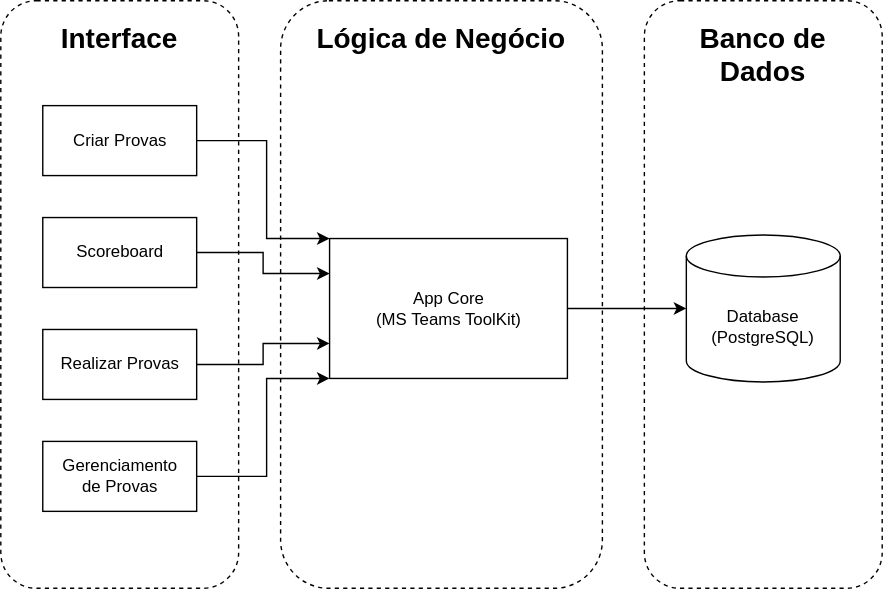
Before: res/architecture.svg, a diagram exported from draw.io (guiguitz/AvaliaERE). Source tidied: cells renumbered, new cells last; positions are measured from the earlier drawing's top-left corner, leaving out a move shared by most shapes. The source it was exported from:
```xml
<mxGraphModel>
  <root>
    <mxCell id="0" />
    <mxCell id="1" parent="0" />
    <mxCell id="2" value="&lt;b&gt;&lt;font style=&quot;font-size: 20px&quot;&gt;Interface&lt;/font&gt;&lt;/b&gt;" style="rounded=1;whiteSpace=wrap;html=1;glass=0;verticalAlign=top;spacing=10;fillColor=none;dashed=1;" parent="1" vertex="1">
      <mxGeometry width="170" height="420" as="geometry" />
    </mxCell>
    <mxCell id="3" value="&lt;b&gt;&lt;font style=&quot;font-size: 20px&quot;&gt;Banco de Dados&lt;/font&gt;&lt;/b&gt;" style="rounded=1;whiteSpace=wrap;html=1;glass=0;verticalAlign=top;spacing=10;fillColor=none;dashed=1;" parent="1" vertex="1">
      <mxGeometry x="460" width="170" height="420" as="geometry" />
    </mxCell>
    <mxCell id="4" value="&lt;b&gt;&lt;font style=&quot;font-size: 20px&quot;&gt;Lógica de Negócio&lt;/font&gt;&lt;/b&gt;" style="rounded=1;whiteSpace=wrap;html=1;glass=0;verticalAlign=top;spacing=10;fillColor=none;dashed=1;" parent="1" vertex="1">
      <mxGeometry x="200" width="230" height="420" as="geometry" />
    </mxCell>
    <mxCell id="5" style="edgeStyle=orthogonalEdgeStyle;rounded=0;jettySize=auto;html=1;exitX=1;exitY=0.5;exitDx=0;exitDy=0;entryX=0;entryY=0.5;entryDx=0;entryDy=0;entryPerimeter=0;" parent="1" edge="1" source="6" target="12">
      <mxGeometry relative="1" as="geometry" />
    </mxCell>
    <mxCell id="6" value="App Core&lt;br&gt;(MS Teams ToolKit)" style="html=1;" parent="1" vertex="1">
      <mxGeometry x="235" y="170" width="170" height="100" as="geometry" />
    </mxCell>
    <mxCell id="7" style="group;" parent="1" vertex="1">
      <mxGeometry x="30" y="75" width="110" height="290" as="geometry" />
    </mxCell>
    <mxCell id="8" value="Criar Provas" style="html=1;" parent="7" vertex="1">
      <mxGeometry width="110" height="50" as="geometry" />
    </mxCell>
    <mxCell id="9" value="Scoreboard" style="html=1;" parent="7" vertex="1">
      <mxGeometry y="80" width="110" height="50" as="geometry" />
    </mxCell>
    <mxCell id="10" value="Realizar Provas" style="html=1;" parent="7" vertex="1">
      <mxGeometry y="160" width="110" height="50" as="geometry" />
    </mxCell>
    <mxCell id="11" value="Gerenciamento&lt;br&gt;de Provas" style="html=1;" parent="7" vertex="1">
      <mxGeometry y="240" width="110" height="50" as="geometry" />
    </mxCell>
    <mxCell id="12" value="Database&lt;br&gt;(PostgreSQL)" style="shape=cylinder3;whiteSpace=wrap;html=1;boundedLbl=1;backgroundOutline=1;size=15;" parent="1" vertex="1">
      <mxGeometry x="490" y="167.5" width="110" height="105" as="geometry" />
    </mxCell>
    <mxCell id="13" style="edgeStyle=orthogonalEdgeStyle;rounded=0;jettySize=auto;html=1;exitX=1;exitY=0.5;exitDx=0;exitDy=0;entryX=0;entryY=0;entryDx=0;entryDy=0;" parent="1" edge="1" source="8" target="6">
      <mxGeometry relative="1" as="geometry">
        <Array as="points">
          <mxPoint x="190" y="100" />
          <mxPoint x="190" y="170" />
        </Array>
      </mxGeometry>
    </mxCell>
    <mxCell id="14" style="edgeStyle=orthogonalEdgeStyle;rounded=0;jettySize=auto;html=1;exitX=1;exitY=0.5;exitDx=0;exitDy=0;entryX=0;entryY=0.25;entryDx=0;entryDy=0;" parent="1" edge="1" source="9" target="6">
      <mxGeometry relative="1" as="geometry" />
    </mxCell>
    <mxCell id="15" style="edgeStyle=orthogonalEdgeStyle;rounded=0;jettySize=auto;html=1;exitX=1;exitY=0.5;exitDx=0;exitDy=0;entryX=0;entryY=0.75;entryDx=0;entryDy=0;" parent="1" edge="1" source="10" target="6">
      <mxGeometry relative="1" as="geometry" />
    </mxCell>
    <mxCell id="16" style="edgeStyle=orthogonalEdgeStyle;rounded=0;jettySize=auto;html=1;exitX=1;exitY=0.5;exitDx=0;exitDy=0;entryX=0;entryY=1;entryDx=0;entryDy=0;" parent="1" edge="1" source="11" target="6">
      <mxGeometry relative="1" as="geometry">
        <Array as="points">
          <mxPoint x="190" y="340" />
          <mxPoint x="190" y="270" />
        </Array>
      </mxGeometry>
    </mxCell>
  </root>
</mxGraphModel>
```
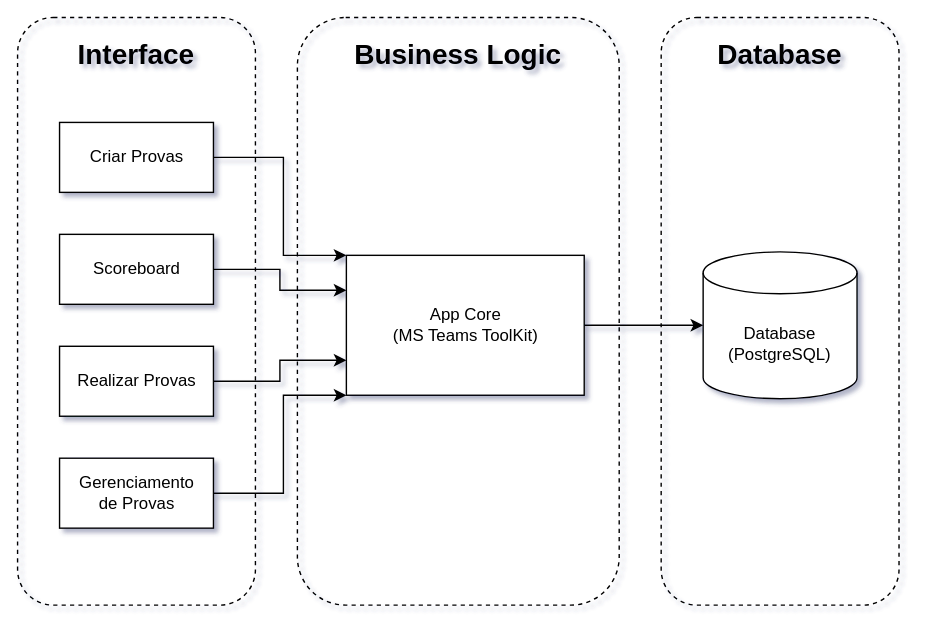
Later version of the same file.

What changed in the source:
```diff
@@ -5,10 +5,10 @@
     <mxCell id="2" value="&lt;b&gt;&lt;font style=&quot;font-size: 20px&quot;&gt;Interface&lt;/font&gt;&lt;/b&gt;" style="rounded=1;whiteSpace=wrap;html=1;glass=0;verticalAlign=top;spacing=10;fillColor=none;dashed=1;" parent="1" vertex="1">
       <mxGeometry width="170" height="420" as="geometry" />
     </mxCell>
-    <mxCell id="3" value="&lt;b&gt;&lt;font style=&quot;font-size: 20px&quot;&gt;Banco de Dados&lt;/font&gt;&lt;/b&gt;" style="rounded=1;whiteSpace=wrap;html=1;glass=0;verticalAlign=top;spacing=10;fillColor=none;dashed=1;" parent="1" vertex="1">
+    <mxCell id="3" value="&lt;b&gt;&lt;font style=&quot;font-size: 20px&quot;&gt;Database&lt;/font&gt;&lt;/b&gt;" style="rounded=1;whiteSpace=wrap;html=1;glass=0;verticalAlign=top;spacing=10;fillColor=none;dashed=1;" parent="1" vertex="1">
       <mxGeometry x="460" width="170" height="420" as="geometry" />
     </mxCell>
-    <mxCell id="4" value="&lt;b&gt;&lt;font style=&quot;font-size: 20px&quot;&gt;Lógica de Negócio&lt;/font&gt;&lt;/b&gt;" style="rounded=1;whiteSpace=wrap;html=1;glass=0;verticalAlign=top;spacing=10;fillColor=none;dashed=1;" parent="1" vertex="1">
+    <mxCell id="4" value="&lt;b&gt;&lt;font style=&quot;font-size: 20px&quot;&gt;Business Logic&lt;/font&gt;&lt;/b&gt;" style="rounded=1;whiteSpace=wrap;html=1;glass=0;verticalAlign=top;spacing=10;fillColor=none;dashed=1;" parent="1" vertex="1">
       <mxGeometry x="200" width="230" height="420" as="geometry" />
     </mxCell>
     <mxCell id="5" style="edgeStyle=orthogonalEdgeStyle;rounded=0;jettySize=auto;html=1;exitX=1;exitY=0.5;exitDx=0;exitDy=0;entryX=0;entryY=0.5;entryDx=0;entryDy=0;entryPerimeter=0;" parent="1" edge="1" source="6" target="12">
```
